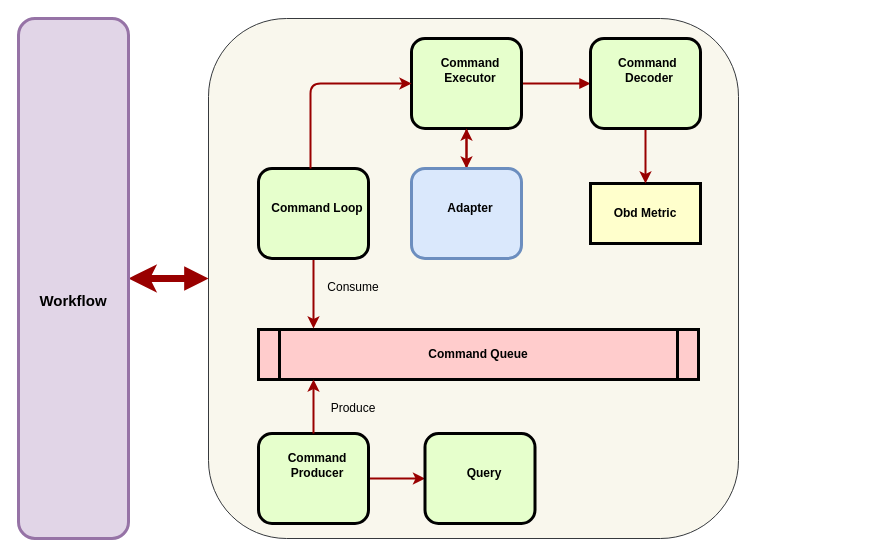
This is src/main/resources/highlevel.drawio from tzebrowski/ObdMetrics, a draw.io file, before an edit. Source tidied: cells renumbered, new cells numbered last; positions are measured from the earlier drawing's top-left corner, leaving out a move shared by most shapes. Both pictures are drawn from the tidied source at 100%, with x=0, y=0 at pixel (18, 18).
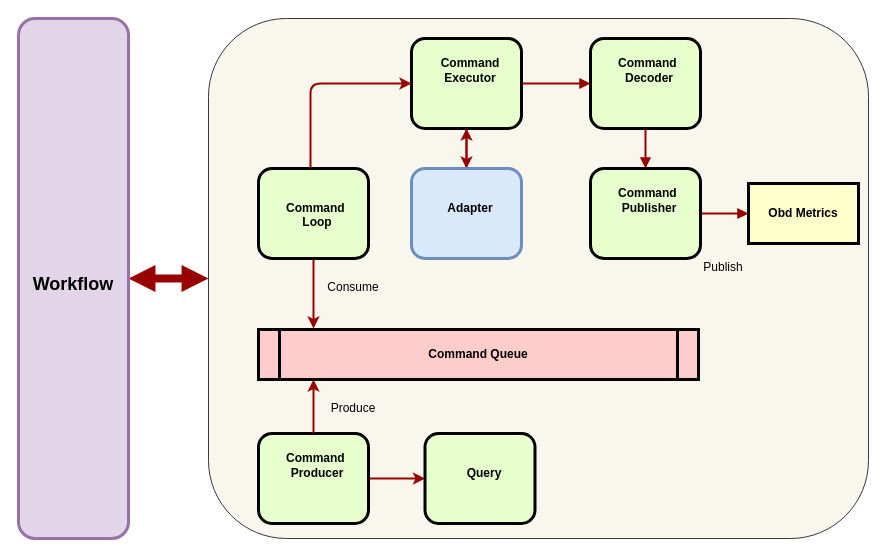
The same page after the edit.

Commit message (it also covers changes not shown here):
Update  the workflow diagram

Unchanged cells that the change refers to:
```xml
<mxCell id="16" value="&lt;p style=&quot;margin: 0px ; margin-top: 4px ; text-align: center ; text-decoration: underline&quot;&gt;&lt;/p&gt;&lt;p style=&quot;margin: 0px ; margin-left: 8px&quot;&gt;&lt;br&gt;&lt;/p&gt;&lt;p style=&quot;margin: 0px ; margin-left: 8px&quot;&gt;Command&amp;nbsp;&lt;br&gt;Decoder&lt;/p&gt;" style="verticalAlign=middle;align=center;overflow=fill;fontSize=12;fontFamily=Helvetica;html=1;rounded=1;fontStyle=1;strokeWidth=3;fillColor=#E6FFCC;" parent="1" vertex="1">
  <mxGeometry x="572" y="20" width="110" height="90" as="geometry" />
</mxCell>
```

The edit, as a diff of the source:
```diff
@@
     <mxCell id="2" style="rounded=1;whiteSpace=wrap;html=1;align=center;fillColor=#f9f7ed;strokeColor=#36393d;" parent="1" vertex="1">
-      <mxGeometry x="190" width="530" height="520" as="geometry" />
+      <mxGeometry x="190" width="660" height="520" as="geometry" />
     </mxCell>
-    <mxCell id="3" value="Obd Metric" style="whiteSpace=wrap;align=center;verticalAlign=middle;fontStyle=1;strokeWidth=3;fillColor=#FFFFCC;" parent="1" vertex="1">
-      <mxGeometry x="572" y="165" width="110" height="60" as="geometry" />
+    <mxCell id="3" value="Obd Metrics" style="whiteSpace=wrap;align=center;verticalAlign=middle;fontStyle=1;strokeWidth=3;fillColor=#FFFFCC;" parent="1" vertex="1">
+      <mxGeometry x="730" y="165" width="110" height="60" as="geometry" />
     </mxCell>
@@
-    <mxCell id="6" value="&lt;p style=&quot;margin: 0px ; margin-top: 4px ; text-align: center ; text-decoration: underline&quot;&gt;&lt;/p&gt;&lt;p style=&quot;margin: 0px ; margin-left: 8px&quot;&gt;&lt;br&gt;&lt;/p&gt;&lt;p style=&quot;margin: 0px ; margin-left: 8px&quot;&gt;&lt;br&gt;&lt;/p&gt;&lt;p style=&quot;margin: 0px ; margin-left: 8px&quot;&gt;Command Loop&lt;/p&gt;" style="verticalAlign=middle;align=center;overflow=fill;fontSize=12;fontFamily=Helvetica;html=1;rounded=1;fontStyle=1;strokeWidth=3;fillColor=#E6FFCC;" parent="1" vertex="1">
+    <mxCell id="6" value="&lt;p style=&quot;margin: 0px ; margin-top: 4px ; text-align: center ; text-decoration: underline&quot;&gt;&lt;/p&gt;&lt;p style=&quot;margin: 0px ; margin-left: 8px&quot;&gt;&lt;br&gt;&lt;/p&gt;&lt;p style=&quot;margin: 0px ; margin-left: 8px&quot;&gt;&lt;br&gt;&lt;/p&gt;&lt;p style=&quot;margin: 0px ; margin-left: 8px&quot;&gt;Command&amp;nbsp;&lt;/p&gt;&lt;p style=&quot;margin: 0px ; margin-left: 8px&quot;&gt;Loop&lt;/p&gt;" style="verticalAlign=middle;align=center;overflow=fill;fontSize=12;fontFamily=Helvetica;html=1;rounded=1;fontStyle=1;strokeWidth=3;fillColor=#E6FFCC;" parent="1" vertex="1">
       <mxGeometry x="240" y="150" width="110" height="90" as="geometry" />
     </mxCell>
@@
-    <mxCell id="11" value="&lt;p style=&quot;margin: 0px ; margin-top: 4px ; text-align: center ; text-decoration: underline&quot;&gt;&lt;/p&gt;&lt;p style=&quot;margin: 0px ; margin-left: 8px&quot;&gt;&lt;br&gt;&lt;/p&gt;&lt;p style=&quot;margin: 0px ; margin-left: 8px&quot;&gt;Command &lt;br&gt;Producer&lt;/p&gt;" style="verticalAlign=middle;align=center;overflow=fill;fontSize=12;fontFamily=Helvetica;html=1;rounded=1;fontStyle=1;strokeWidth=3;fillColor=#E6FFCC;" parent="1" vertex="1">
+    <mxCell id="11" value="&lt;p style=&quot;margin: 0px ; margin-top: 4px ; text-align: center ; text-decoration: underline&quot;&gt;&lt;/p&gt;&lt;p style=&quot;margin: 0px ; margin-left: 8px&quot;&gt;&lt;br&gt;&lt;/p&gt;&lt;p style=&quot;margin: 0px ; margin-left: 8px&quot;&gt;&lt;span&gt;Command&amp;nbsp;&lt;/span&gt;&lt;br&gt;&lt;/p&gt;&lt;p style=&quot;margin: 0px ; margin-left: 8px&quot;&gt;Producer&lt;/p&gt;" style="verticalAlign=middle;align=center;overflow=fill;fontSize=12;fontFamily=Helvetica;html=1;rounded=1;fontStyle=1;strokeWidth=3;fillColor=#E6FFCC;" parent="1" vertex="1">
       <mxGeometry x="240" y="415" width="110" height="90" as="geometry" />
     </mxCell>
@@
-    <mxCell id="15" style="edgeStyle=orthogonalEdgeStyle;rounded=1;jettySize=auto;html=1;strokeColor=#990000;strokeWidth=2;" parent="1" edge="1" source="16" target="3">
-      <mxGeometry relative="1" as="geometry" />
-    </mxCell>
+    <mxCell id="23" style="edgeStyle=orthogonalEdgeStyle;rounded=1;jettySize=auto;html=1;startArrow=none;startFill=0;endArrow=block;endFill=1;strokeColor=#990000;strokeWidth=2;fontSize=15;" parent="1" edge="1" source="16" target="25">
+      <mxGeometry relative="1" as="geometry" />
+    </mxCell>
@@
-    <mxCell id="21" style="edgeStyle=orthogonalEdgeStyle;rounded=1;jettySize=auto;html=1;startArrow=classic;startFill=1;endArrow=block;endFill=1;strokeColor=#990000;strokeWidth=7;fontSize=18;" parent="1" edge="1" source="22" target="2">
+    <mxCell id="21" style="edgeStyle=orthogonalEdgeStyle;rounded=1;jettySize=auto;html=1;startArrow=block;startFill=1;endArrow=block;endFill=1;strokeColor=#990000;strokeWidth=8;fontSize=18;" parent="1" edge="1" source="22" target="2">
       <mxGeometry relative="1" as="geometry" />
     </mxCell>
-    <mxCell id="22" value="&lt;p style=&quot;margin: 4px 0px 0px; text-decoration: underline; font-size: 15px;&quot;&gt;&lt;/p&gt;&lt;br style=&quot;font-size: 15px;&quot;&gt;&lt;br style=&quot;font-size: 15px;&quot;&gt;&lt;br style=&quot;font-size: 15px;&quot;&gt;&lt;br style=&quot;font-size: 15px;&quot;&gt;&lt;br style=&quot;font-size: 15px;&quot;&gt;&lt;br style=&quot;font-size: 15px;&quot;&gt;&lt;br style=&quot;font-size: 15px;&quot;&gt;&lt;br style=&quot;font-size: 15px;&quot;&gt;&lt;br style=&quot;font-size: 15px;&quot;&gt;&lt;br style=&quot;font-size: 15px;&quot;&gt;&lt;br style=&quot;font-size: 15px;&quot;&gt;&lt;br style=&quot;font-size: 15px;&quot;&gt;&lt;br style=&quot;font-size: 15px;&quot;&gt;&lt;br style=&quot;font-size: 15px;&quot;&gt;&lt;br style=&quot;font-size: 15px;&quot;&gt;Workflow" style="verticalAlign=bottom;align=center;overflow=fill;fontSize=15;fontFamily=Helvetica;html=1;rounded=1;fontStyle=1;strokeWidth=3;labelPosition=center;verticalLabelPosition=middle;spacingTop=0;fillColor=#e1d5e7;strokeColor=#9673a6;" parent="1" vertex="1">
+    <mxCell id="22" value="&lt;p style=&quot;margin: 4px 0px 0px ; text-decoration: underline ; font-size: 15px&quot;&gt;&lt;/p&gt;&lt;br style=&quot;font-size: 15px&quot;&gt;&lt;br style=&quot;font-size: 15px&quot;&gt;&lt;br style=&quot;font-size: 15px&quot;&gt;&lt;br style=&quot;font-size: 15px&quot;&gt;&lt;br style=&quot;font-size: 15px&quot;&gt;&lt;br style=&quot;font-size: 15px&quot;&gt;&lt;br style=&quot;font-size: 15px&quot;&gt;&lt;br style=&quot;font-size: 15px&quot;&gt;&lt;br style=&quot;font-size: 15px&quot;&gt;&lt;br style=&quot;font-size: 15px&quot;&gt;&lt;br style=&quot;font-size: 15px&quot;&gt;&lt;br style=&quot;font-size: 15px&quot;&gt;&lt;br style=&quot;font-size: 15px&quot;&gt;&lt;br style=&quot;font-size: 15px&quot;&gt;&lt;font style=&quot;font-size: 18px&quot;&gt;Workflow&lt;/font&gt;" style="verticalAlign=bottom;align=center;overflow=fill;fontSize=15;fontFamily=Helvetica;html=1;rounded=1;fontStyle=1;strokeWidth=3;labelPosition=center;verticalLabelPosition=middle;spacingTop=0;fillColor=#e1d5e7;strokeColor=#9673a6;" parent="1" vertex="1">
       <mxGeometry width="110" height="520" as="geometry" />
     </mxCell>
+    <mxCell id="24" style="edgeStyle=orthogonalEdgeStyle;rounded=1;jettySize=auto;html=1;startArrow=none;startFill=0;endArrow=block;endFill=1;strokeColor=#990000;strokeWidth=2;fontSize=15;" parent="1" edge="1" source="25" target="3">
+      <mxGeometry relative="1" as="geometry" />
+    </mxCell>
+    <mxCell id="25" value="&lt;p style=&quot;margin: 0px ; margin-top: 4px ; text-align: center ; text-decoration: underline&quot;&gt;&lt;/p&gt;&lt;p style=&quot;margin: 0px ; margin-left: 8px&quot;&gt;&lt;br&gt;&lt;/p&gt;&lt;p style=&quot;margin: 0px ; margin-left: 8px&quot;&gt;Command&amp;nbsp;&lt;br&gt;Publisher&lt;/p&gt;" style="verticalAlign=middle;align=center;overflow=fill;fontSize=12;fontFamily=Helvetica;html=1;rounded=1;fontStyle=1;strokeWidth=3;fillColor=#E6FFCC;" parent="1" vertex="1">
+      <mxGeometry x="572" y="150" width="110" height="90" as="geometry" />
+    </mxCell>
+    <mxCell id="26" value="Publish" style="text;spacingTop=-5;align=center;" parent="1" vertex="1">
+      <mxGeometry x="690" y="240" width="30" height="20" as="geometry" />
+    </mxCell>
```
